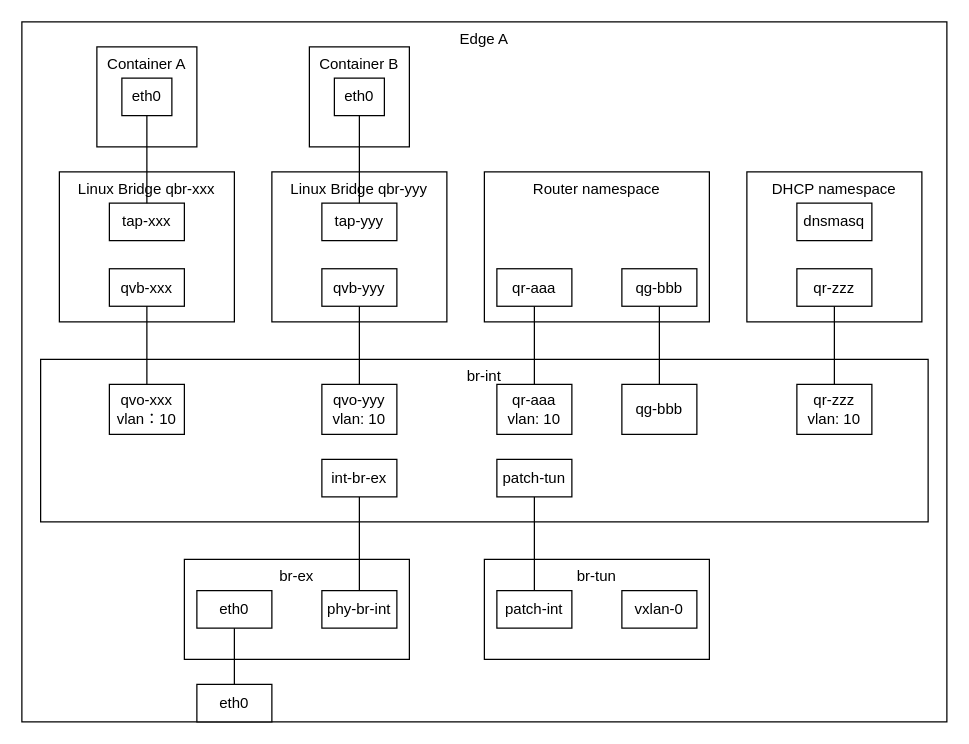
The draw.io diagram page "单节点同一子网" (1 of 4) of test.drawio in wangkuntian/draw, before the edit. Source tidied: cells renumbered, new cells numbered last; positions are measured from the earlier drawing's top-left corner, leaving out a move shared by most shapes. Both pictures are drawn from the tidied source at 125%, with x=0, y=0 at pixel (21, 21).
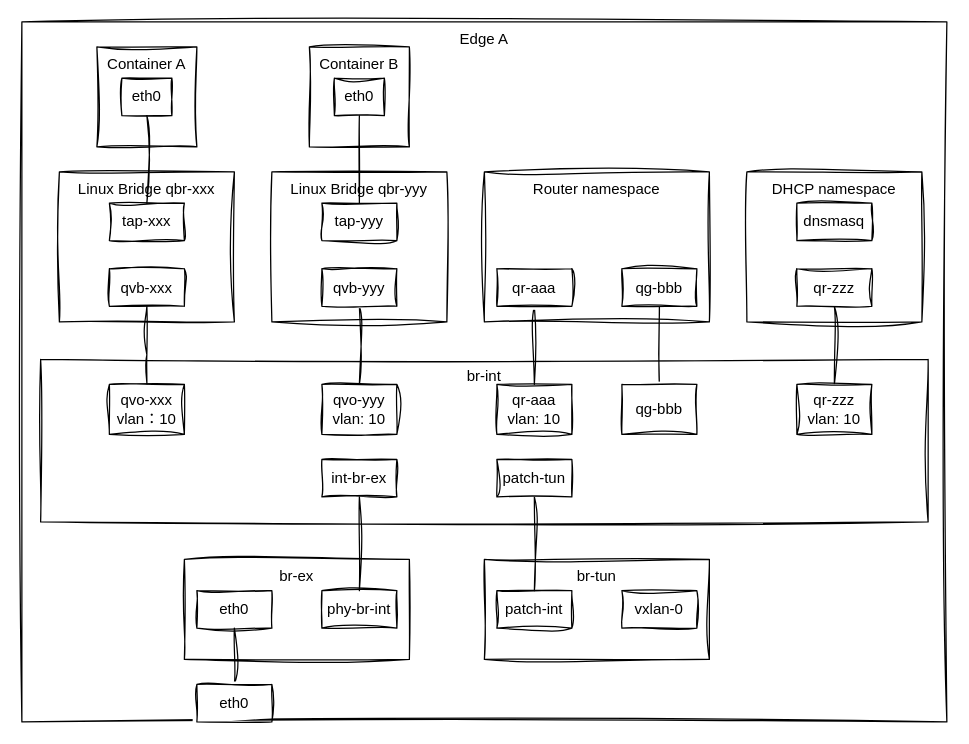
The same diagram, later.

Change to the diagram source:
```diff
@@
-    <mxCell id="2" value="Edge A" style="rounded=0;whiteSpace=wrap;html=1;verticalAlign=top;" parent="1" vertex="1">
+    <mxCell id="2" value="Edge A" style="rounded=0;whiteSpace=wrap;html=1;verticalAlign=top;labelBackgroundColor=none;sketch=1;curveFitting=1;jiggle=2;" parent="1" vertex="1">
       <mxGeometry width="740" height="560" as="geometry" />
     </mxCell>
-    <mxCell id="3" value="Container A" style="whiteSpace=wrap;html=1;verticalAlign=top;strokeColor=default;align=center;fontFamily=Helvetica;fontSize=12;fontColor=default;fillColor=default;" parent="1" vertex="1">
+    <mxCell id="3" value="Container A" style="whiteSpace=wrap;html=1;verticalAlign=top;align=center;fontFamily=Helvetica;fontSize=12;labelBackgroundColor=none;sketch=1;curveFitting=1;jiggle=2;rounded=0;" parent="1" vertex="1">
       <mxGeometry x="60" y="20" width="80" height="80" as="geometry" />
     </mxCell>
-    <mxCell id="4" value="eth0" style="rounded=0;whiteSpace=wrap;html=1;" parent="1" vertex="1">
+    <mxCell id="4" value="eth0" style="rounded=0;whiteSpace=wrap;html=1;labelBackgroundColor=none;sketch=1;curveFitting=1;jiggle=2;" parent="1" vertex="1">
       <mxGeometry x="80" y="45" width="40" height="30" as="geometry" />
     </mxCell>
-    <mxCell id="5" value="Linux Bridge qbr-xxx" style="rounded=0;whiteSpace=wrap;html=1;verticalAlign=top;" parent="1" vertex="1">
+    <mxCell id="5" value="Linux Bridge qbr-xxx" style="rounded=0;whiteSpace=wrap;html=1;verticalAlign=top;labelBackgroundColor=none;sketch=1;curveFitting=1;jiggle=2;" parent="1" vertex="1">
       <mxGeometry x="30" y="120" width="140" height="120" as="geometry" />
     </mxCell>
-    <mxCell id="6" value="tap-xxx" style="rounded=0;whiteSpace=wrap;html=1;" parent="1" vertex="1">
+    <mxCell id="6" value="tap-xxx" style="rounded=0;whiteSpace=wrap;html=1;labelBackgroundColor=none;sketch=1;curveFitting=1;jiggle=2;" parent="1" vertex="1">
       <mxGeometry x="70" y="145" width="60" height="30" as="geometry" />
     </mxCell>
-    <mxCell id="7" value="qvb-xxx" style="rounded=0;whiteSpace=wrap;html=1;" parent="1" vertex="1">
+    <mxCell id="7" value="qvb-xxx" style="rounded=0;whiteSpace=wrap;html=1;labelBackgroundColor=none;sketch=1;curveFitting=1;jiggle=2;" parent="1" vertex="1">
       <mxGeometry x="70" y="197.5" width="60" height="30" as="geometry" />
     </mxCell>
-    <mxCell id="8" value="br-int" style="rounded=0;whiteSpace=wrap;html=1;verticalAlign=top;" parent="1" vertex="1">
+    <mxCell id="8" value="br-int" style="rounded=0;whiteSpace=wrap;html=1;verticalAlign=top;labelBackgroundColor=none;sketch=1;curveFitting=1;jiggle=2;" parent="1" vertex="1">
       <mxGeometry x="15" y="270" width="710" height="130" as="geometry" />
     </mxCell>
-    <mxCell id="9" value="DHCP namespace" style="rounded=0;whiteSpace=wrap;html=1;verticalAlign=top;" parent="1" vertex="1">
+    <mxCell id="9" value="DHCP namespace" style="rounded=0;whiteSpace=wrap;html=1;verticalAlign=top;labelBackgroundColor=none;sketch=1;curveFitting=1;jiggle=2;" parent="1" vertex="1">
       <mxGeometry x="580" y="120" width="140" height="120" as="geometry" />
     </mxCell>
-    <mxCell id="10" style="edgeStyle=orthogonalEdgeStyle;rounded=0;jettySize=auto;html=1;endArrow=none;startFill=0;" parent="1" edge="1" source="11" target="13">
+    <mxCell id="10" style="edgeStyle=orthogonalEdgeStyle;rounded=0;jettySize=auto;html=1;endArrow=none;startFill=0;labelBackgroundColor=none;fontColor=default;sketch=1;curveFitting=1;jiggle=2;" parent="1" edge="1" source="11" target="13">
       <mxGeometry relative="1" as="geometry" />
     </mxCell>
-    <mxCell id="11" value="qr-zzz" style="rounded=0;whiteSpace=wrap;html=1;" parent="1" vertex="1">
+    <mxCell id="11" value="qr-zzz" style="rounded=0;whiteSpace=wrap;html=1;labelBackgroundColor=none;sketch=1;curveFitting=1;jiggle=2;" parent="1" vertex="1">
       <mxGeometry x="620" y="197.5" width="60" height="30" as="geometry" />
     </mxCell>
-    <mxCell id="12" value="qr-aaa&lt;div&gt;vlan: 10&lt;/div&gt;" style="rounded=0;whiteSpace=wrap;html=1;" parent="1" vertex="1">
+    <mxCell id="12" value="qr-aaa&lt;div&gt;vlan: 10&lt;/div&gt;" style="rounded=0;whiteSpace=wrap;html=1;labelBackgroundColor=none;sketch=1;curveFitting=1;jiggle=2;" parent="1" vertex="1">
       <mxGeometry x="380" y="290" width="60" height="40" as="geometry" />
     </mxCell>
-    <mxCell id="13" value="qr-zzz&lt;br&gt;vlan: 10" style="rounded=0;whiteSpace=wrap;html=1;" parent="1" vertex="1">
+    <mxCell id="13" value="qr-zzz&lt;br&gt;vlan: 10" style="rounded=0;whiteSpace=wrap;html=1;labelBackgroundColor=none;sketch=1;curveFitting=1;jiggle=2;" parent="1" vertex="1">
       <mxGeometry x="620" y="290" width="60" height="40" as="geometry" />
     </mxCell>
-    <mxCell id="14" value="dnsmasq" style="rounded=0;whiteSpace=wrap;html=1;" parent="1" vertex="1">
+    <mxCell id="14" value="dnsmasq" style="rounded=0;whiteSpace=wrap;html=1;labelBackgroundColor=none;sketch=1;curveFitting=1;jiggle=2;" parent="1" vertex="1">
       <mxGeometry x="620" y="145" width="60" height="30" as="geometry" />
     </mxCell>
-    <mxCell id="15" value="Router namespace" style="rounded=0;whiteSpace=wrap;html=1;verticalAlign=top;" parent="1" vertex="1">
+    <mxCell id="15" value="Router namespace" style="rounded=0;whiteSpace=wrap;html=1;verticalAlign=top;labelBackgroundColor=none;sketch=1;curveFitting=1;jiggle=2;" parent="1" vertex="1">
       <mxGeometry x="370" y="120" width="180" height="120" as="geometry" />
     </mxCell>
-    <mxCell id="16" style="edgeStyle=orthogonalEdgeStyle;rounded=0;jettySize=auto;html=1;endArrow=none;startFill=0;" parent="1" edge="1" source="17" target="12">
+    <mxCell id="16" style="edgeStyle=orthogonalEdgeStyle;rounded=0;jettySize=auto;html=1;endArrow=none;startFill=0;labelBackgroundColor=none;fontColor=default;sketch=1;curveFitting=1;jiggle=2;" parent="1" edge="1" source="17" target="12">
       <mxGeometry relative="1" as="geometry" />
     </mxCell>
-    <mxCell id="17" value="qr-aaa" style="rounded=0;whiteSpace=wrap;html=1;" parent="1" vertex="1">
+    <mxCell id="17" value="qr-aaa" style="rounded=0;whiteSpace=wrap;html=1;labelBackgroundColor=none;sketch=1;curveFitting=1;jiggle=2;" parent="1" vertex="1">
       <mxGeometry x="380" y="197.5" width="60" height="30" as="geometry" />
     </mxCell>
-    <mxCell id="18" style="edgeStyle=orthogonalEdgeStyle;rounded=0;jettySize=auto;html=1;entryX=0.5;entryY=0;entryDx=0;entryDy=0;endArrow=none;startFill=0;" parent="1" edge="1" source="43" target="26">
+    <mxCell id="18" style="edgeStyle=orthogonalEdgeStyle;rounded=0;jettySize=auto;html=1;entryX=0.5;entryY=0;entryDx=0;entryDy=0;endArrow=none;startFill=0;labelBackgroundColor=none;fontColor=default;sketch=1;curveFitting=1;jiggle=2;" parent="1" edge="1" source="43" target="26">
       <mxGeometry relative="1" as="geometry" />
     </mxCell>
-    <mxCell id="19" value="br-tun&lt;div&gt;&lt;br&gt;&lt;/div&gt;" style="rounded=0;whiteSpace=wrap;html=1;verticalAlign=top;" parent="1" vertex="1">
+    <mxCell id="19" value="br-tun&lt;div&gt;&lt;br&gt;&lt;/div&gt;" style="rounded=0;whiteSpace=wrap;html=1;verticalAlign=top;labelBackgroundColor=none;sketch=1;curveFitting=1;jiggle=2;" parent="1" vertex="1">
       <mxGeometry x="370" y="430" width="180" height="80" as="geometry" />
     </mxCell>
-    <mxCell id="20" value="br-ex&lt;div&gt;&lt;br&gt;&lt;/div&gt;" style="rounded=0;whiteSpace=wrap;html=1;verticalAlign=top;" parent="1" vertex="1">
+    <mxCell id="20" value="br-ex&lt;div&gt;&lt;br&gt;&lt;/div&gt;" style="rounded=0;whiteSpace=wrap;html=1;verticalAlign=top;labelBackgroundColor=none;sketch=1;curveFitting=1;jiggle=2;" parent="1" vertex="1">
       <mxGeometry x="130" y="430" width="180" height="80" as="geometry" />
     </mxCell>
-    <mxCell id="21" value="eth0" style="rounded=0;whiteSpace=wrap;html=1;" parent="1" vertex="1">
+    <mxCell id="21" value="eth0" style="rounded=0;whiteSpace=wrap;html=1;labelBackgroundColor=none;sketch=1;curveFitting=1;jiggle=2;" parent="1" vertex="1">
       <mxGeometry x="140" y="455" width="60" height="30" as="geometry" />
     </mxCell>
-    <mxCell id="22" value="patch-int" style="rounded=0;whiteSpace=wrap;html=1;" parent="1" vertex="1">
+    <mxCell id="22" value="patch-int" style="rounded=0;whiteSpace=wrap;html=1;labelBackgroundColor=none;sketch=1;curveFitting=1;jiggle=2;" parent="1" vertex="1">
       <mxGeometry x="380" y="455" width="60" height="30" as="geometry" />
     </mxCell>
-    <mxCell id="23" value="phy-br-int" style="rounded=0;whiteSpace=wrap;html=1;" parent="1" vertex="1">
+    <mxCell id="23" value="phy-br-int" style="rounded=0;whiteSpace=wrap;html=1;labelBackgroundColor=none;sketch=1;curveFitting=1;jiggle=2;" parent="1" vertex="1">
       <mxGeometry x="240" y="455" width="60" height="30" as="geometry" />
     </mxCell>
-    <mxCell id="24" style="rounded=0;jettySize=auto;html=1;endArrow=none;endFill=1;startFill=0;edgeStyle=orthogonalEdgeStyle;" parent="1" edge="1" source="4" target="6">
+    <mxCell id="24" style="rounded=0;jettySize=auto;html=1;endArrow=none;endFill=1;startFill=0;edgeStyle=orthogonalEdgeStyle;labelBackgroundColor=none;fontColor=default;sketch=1;curveFitting=1;jiggle=2;" parent="1" edge="1" source="4" target="6">
       <mxGeometry relative="1" as="geometry" />
     </mxCell>
-    <mxCell id="25" style="edgeStyle=orthogonalEdgeStyle;rounded=0;jettySize=auto;html=1;entryX=0.5;entryY=0;entryDx=0;entryDy=0;endArrow=none;startFill=0;" parent="1" edge="1" source="7">
+    <mxCell id="25" style="edgeStyle=orthogonalEdgeStyle;rounded=0;jettySize=auto;html=1;entryX=0.5;entryY=0;entryDx=0;entryDy=0;endArrow=none;startFill=0;labelBackgroundColor=none;fontColor=default;sketch=1;curveFitting=1;jiggle=2;" parent="1" edge="1" source="7">
       <mxGeometry relative="1" as="geometry">
         <mxPoint x="100" y="305" as="targetPoint" />
       </mxGeometry>
     </mxCell>
-    <mxCell id="26" value="qg-bbb" style="rounded=0;whiteSpace=wrap;html=1;" parent="1" vertex="1">
+    <mxCell id="26" value="qg-bbb" style="rounded=0;whiteSpace=wrap;html=1;labelBackgroundColor=none;sketch=1;curveFitting=1;jiggle=2;" parent="1" vertex="1">
       <mxGeometry x="480" y="290" width="60" height="40" as="geometry" />
     </mxCell>
-    <mxCell id="27" style="edgeStyle=orthogonalEdgeStyle;rounded=0;jettySize=auto;html=1;endArrow=none;startFill=0;" parent="1" edge="1" source="28" target="21">
+    <mxCell id="27" style="edgeStyle=orthogonalEdgeStyle;rounded=0;jettySize=auto;html=1;endArrow=none;startFill=0;labelBackgroundColor=none;fontColor=default;sketch=1;curveFitting=1;jiggle=2;" parent="1" edge="1" source="28" target="21">
       <mxGeometry relative="1" as="geometry" />
     </mxCell>
-    <mxCell id="28" value="eth0" style="rounded=0;whiteSpace=wrap;html=1;" parent="1" vertex="1">
+    <mxCell id="28" value="eth0" style="rounded=0;whiteSpace=wrap;html=1;labelBackgroundColor=none;sketch=1;curveFitting=1;jiggle=2;" parent="1" vertex="1">
       <mxGeometry x="140" y="530" width="60" height="30" as="geometry" />
     </mxCell>
-    <mxCell id="29" value="vxlan-0" style="rounded=0;whiteSpace=wrap;html=1;" parent="1" vertex="1">
+    <mxCell id="29" value="vxlan-0" style="rounded=0;whiteSpace=wrap;html=1;labelBackgroundColor=none;sketch=1;curveFitting=1;jiggle=2;" parent="1" vertex="1">
       <mxGeometry x="480" y="455" width="60" height="30" as="geometry" />
     </mxCell>
-    <mxCell id="30" value="Container B" style="whiteSpace=wrap;html=1;verticalAlign=top;strokeColor=default;align=center;fontFamily=Helvetica;fontSize=12;fontColor=default;fillColor=default;" parent="1" vertex="1">
+    <mxCell id="30" value="Container B" style="whiteSpace=wrap;html=1;verticalAlign=top;align=center;fontFamily=Helvetica;fontSize=12;labelBackgroundColor=none;sketch=1;curveFitting=1;jiggle=2;rounded=0;" parent="1" vertex="1">
       <mxGeometry x="230" y="20" width="80" height="80" as="geometry" />
     </mxCell>
-    <mxCell id="31" value="eth0" style="rounded=0;whiteSpace=wrap;html=1;" parent="1" vertex="1">
+    <mxCell id="31" value="eth0" style="rounded=0;whiteSpace=wrap;html=1;labelBackgroundColor=none;sketch=1;curveFitting=1;jiggle=2;" parent="1" vertex="1">
       <mxGeometry x="250" y="45" width="40" height="30" as="geometry" />
     </mxCell>
-    <mxCell id="32" value="Linux Bridge qbr-yyy" style="rounded=0;whiteSpace=wrap;html=1;verticalAlign=top;" parent="1" vertex="1">
+    <mxCell id="32" value="Linux Bridge qbr-yyy" style="rounded=0;whiteSpace=wrap;html=1;verticalAlign=top;labelBackgroundColor=none;sketch=1;curveFitting=1;jiggle=2;" parent="1" vertex="1">
       <mxGeometry x="200" y="120" width="140" height="120" as="geometry" />
     </mxCell>
-    <mxCell id="33" value="tap-yyy" style="rounded=0;whiteSpace=wrap;html=1;" parent="1" vertex="1">
+    <mxCell id="33" value="tap-yyy" style="rounded=0;whiteSpace=wrap;html=1;labelBackgroundColor=none;sketch=1;curveFitting=1;jiggle=2;" parent="1" vertex="1">
       <mxGeometry x="240" y="145" width="60" height="30" as="geometry" />
     </mxCell>
-    <mxCell id="34" style="edgeStyle=orthogonalEdgeStyle;rounded=0;jettySize=auto;html=1;endArrow=none;startFill=0;" parent="1" edge="1" source="35" target="38">
+    <mxCell id="34" style="edgeStyle=orthogonalEdgeStyle;rounded=0;jettySize=auto;html=1;endArrow=none;startFill=0;labelBackgroundColor=none;fontColor=default;sketch=1;curveFitting=1;jiggle=2;" parent="1" edge="1" source="35" target="38">
       <mxGeometry relative="1" as="geometry" />
     </mxCell>
-    <mxCell id="35" value="qvb-yyy" style="rounded=0;whiteSpace=wrap;html=1;" parent="1" vertex="1">
+    <mxCell id="35" value="qvb-yyy" style="rounded=0;whiteSpace=wrap;html=1;labelBackgroundColor=none;sketch=1;curveFitting=1;jiggle=2;" parent="1" vertex="1">
       <mxGeometry x="240" y="197.5" width="60" height="30" as="geometry" />
     </mxCell>
-    <mxCell id="36" style="rounded=0;jettySize=auto;html=1;endArrow=none;endFill=1;startFill=0;edgeStyle=orthogonalEdgeStyle;" parent="1" edge="1" source="31" target="33">
+    <mxCell id="36" style="rounded=0;jettySize=auto;html=1;endArrow=none;endFill=1;startFill=0;edgeStyle=orthogonalEdgeStyle;labelBackgroundColor=none;fontColor=default;sketch=1;curveFitting=1;jiggle=2;" parent="1" edge="1" source="31" target="33">
       <mxGeometry relative="1" as="geometry" />
     </mxCell>
-    <mxCell id="37" value="qvo-xxx&lt;br&gt;vlan：10" style="rounded=0;whiteSpace=wrap;html=1;" parent="1" vertex="1">
+    <mxCell id="37" value="qvo-xxx&lt;br&gt;vlan：10" style="rounded=0;whiteSpace=wrap;html=1;labelBackgroundColor=none;sketch=1;curveFitting=1;jiggle=2;" parent="1" vertex="1">
       <mxGeometry x="70" y="290" width="60" height="40" as="geometry" />
     </mxCell>
-    <mxCell id="38" value="qvo-yyy&lt;br&gt;vlan: 10" style="rounded=0;whiteSpace=wrap;html=1;" parent="1" vertex="1">
+    <mxCell id="38" value="qvo-yyy&lt;br&gt;vlan: 10" style="rounded=0;whiteSpace=wrap;html=1;labelBackgroundColor=none;sketch=1;curveFitting=1;jiggle=2;" parent="1" vertex="1">
       <mxGeometry x="240" y="290" width="60" height="40" as="geometry" />
     </mxCell>
-    <mxCell id="39" style="edgeStyle=orthogonalEdgeStyle;rounded=0;jettySize=auto;html=1;entryX=0.5;entryY=0;entryDx=0;entryDy=0;endArrow=none;startFill=0;" parent="1" edge="1" source="40" target="23">
+    <mxCell id="39" style="edgeStyle=orthogonalEdgeStyle;rounded=0;jettySize=auto;html=1;entryX=0.5;entryY=0;entryDx=0;entryDy=0;endArrow=none;startFill=0;labelBackgroundColor=none;fontColor=default;sketch=1;curveFitting=1;jiggle=2;" parent="1" edge="1" source="40" target="23">
       <mxGeometry relative="1" as="geometry" />
     </mxCell>
-    <mxCell id="40" value="int-br-ex" style="rounded=0;whiteSpace=wrap;html=1;" parent="1" vertex="1">
+    <mxCell id="40" value="int-br-ex" style="rounded=0;whiteSpace=wrap;html=1;labelBackgroundColor=none;sketch=1;curveFitting=1;jiggle=2;" parent="1" vertex="1">
       <mxGeometry x="240" y="350" width="60" height="30" as="geometry" />
     </mxCell>
-    <mxCell id="41" style="edgeStyle=orthogonalEdgeStyle;rounded=0;jettySize=auto;html=1;entryX=0.5;entryY=0;entryDx=0;entryDy=0;endArrow=none;startFill=0;" parent="1" edge="1" source="42" target="22">
+    <mxCell id="41" style="edgeStyle=orthogonalEdgeStyle;rounded=0;jettySize=auto;html=1;entryX=0.5;entryY=0;entryDx=0;entryDy=0;endArrow=none;startFill=0;labelBackgroundColor=none;fontColor=default;sketch=1;curveFitting=1;jiggle=2;" parent="1" edge="1" source="42" target="22">
       <mxGeometry relative="1" as="geometry" />
     </mxCell>
-    <mxCell id="42" value="patch-tun" style="rounded=0;whiteSpace=wrap;html=1;" parent="1" vertex="1">
+    <mxCell id="42" value="patch-tun" style="rounded=0;whiteSpace=wrap;html=1;labelBackgroundColor=none;sketch=1;curveFitting=1;jiggle=2;" parent="1" vertex="1">
       <mxGeometry x="380" y="350" width="60" height="30" as="geometry" />
     </mxCell>
-    <mxCell id="43" value="qg-bbb" style="rounded=0;whiteSpace=wrap;html=1;" parent="1" vertex="1">
+    <mxCell id="43" value="qg-bbb" style="rounded=0;whiteSpace=wrap;html=1;labelBackgroundColor=none;sketch=1;curveFitting=1;jiggle=2;" parent="1" vertex="1">
       <mxGeometry x="480" y="197.5" width="60" height="30" as="geometry" />
     </mxCell>
```
